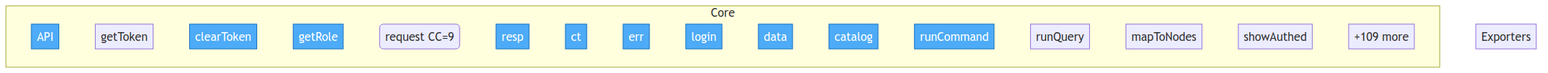
Earlier version of the Mermaid export project/flow.png (semcod/codot). Its source is kept beside it as project/flow.mmd.
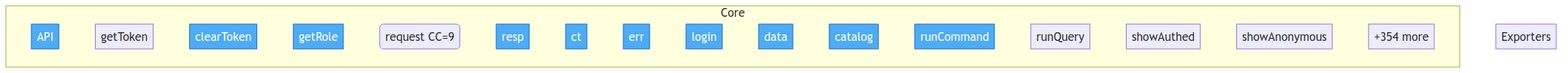
The same diagram one commit later.

What changed in the source:
```diff
@@ -16,9 +16,9 @@
         frontend__html__js__api__catalog["catalog"]
         frontend__html__js__api__runCommand["runCommand"]
         frontend__html__js__api__runQuery["runQuery"]
-        docs__04_workflow_editor_spec__mapToNodes["mapToNodes"]
         frontend__html__js__app__showAuthed["showAuthed"]
-        ...["+109 more"]
+        frontend__html__js__app__showAnonymous["showAnonymous"]
+        ...["+354 more"]
     end
 
     subgraph Exporters
```
